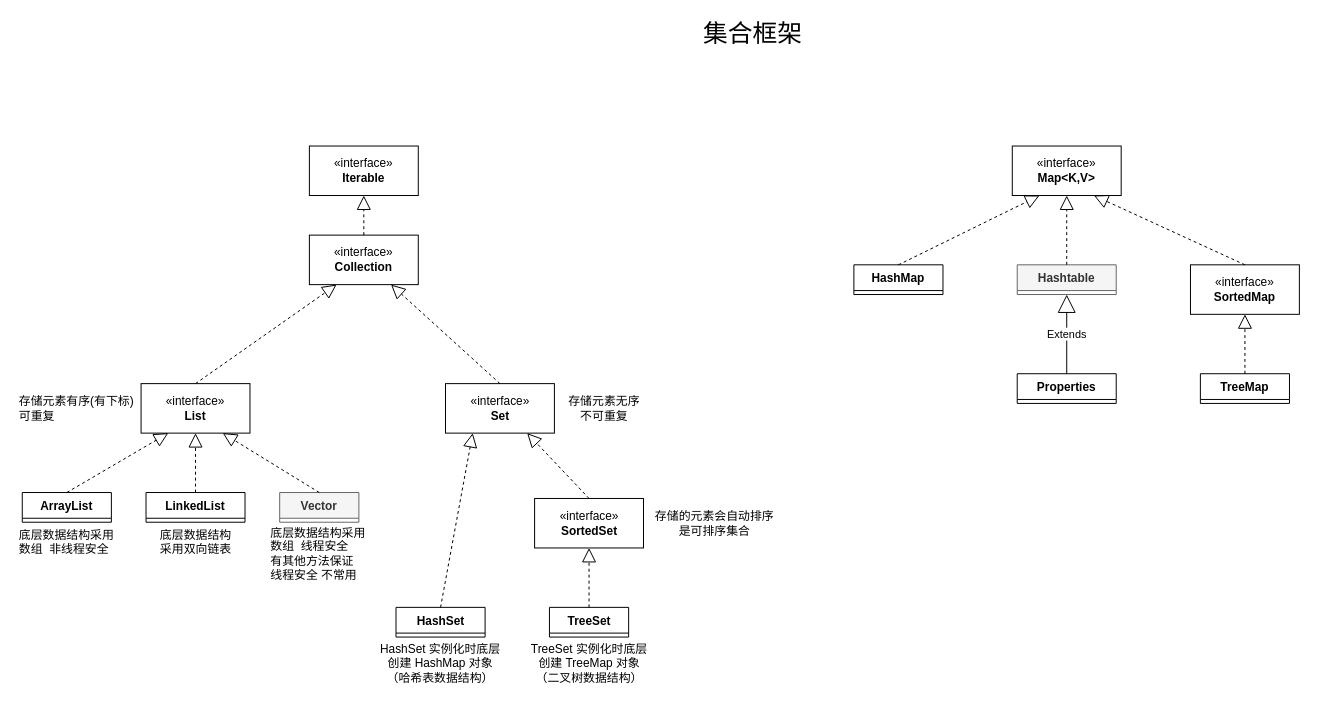
Earlier version of the draw.io diagram 未命名绘图.drawio (Bluuur/draw.io). Source tidied: cells renumbered, new cells numbered last; positions are measured from the earlier drawing's top-left corner, leaving out a move shared by most shapes. Both pictures are drawn from the tidied source at 99%, with x=0, y=0 at pixel (17, 17).
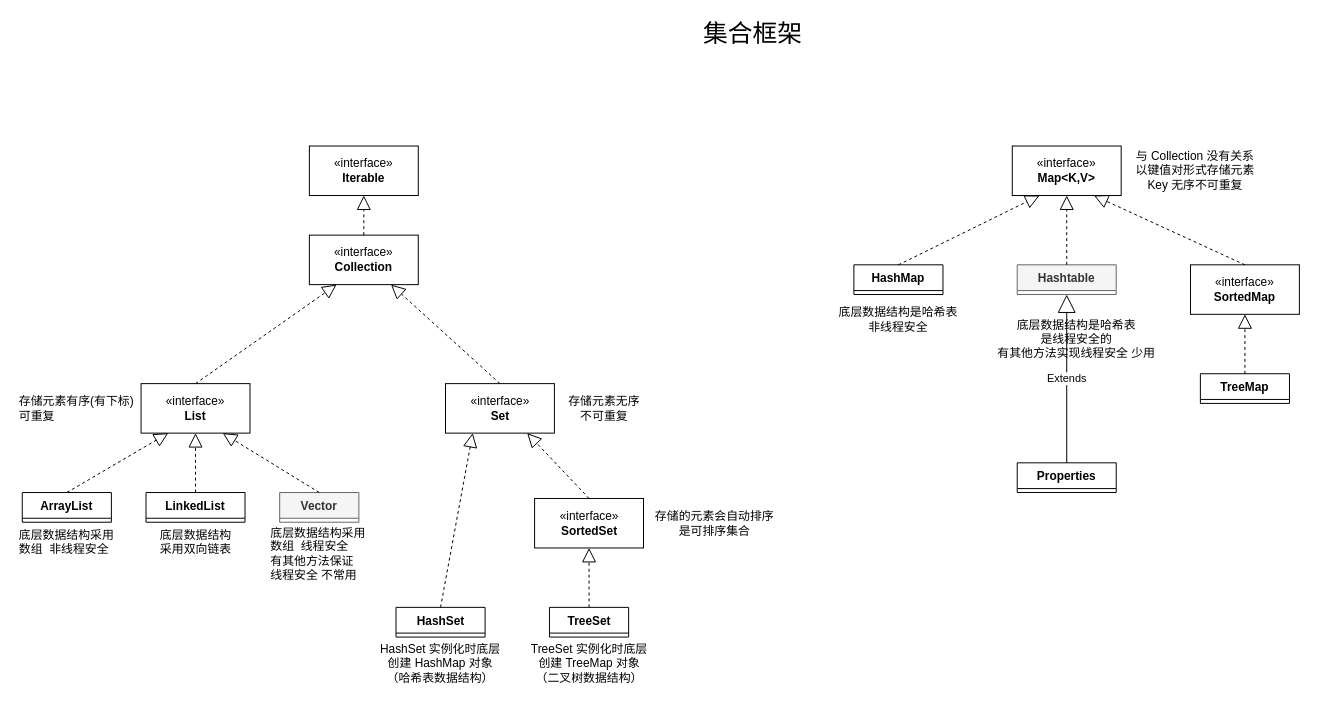
The same diagram, later.

What changed in the source:
```diff
@@
-    <mxCell id="26" value="Hashtable" style="swimlane;fontStyle=1;align=center;verticalAlign=top;horizontal=1;startSize=26;whiteSpace=wrap;html=1;fillColor=#f5f5f5;fontColor=#333333;strokeColor=#666666;" parent="1" vertex="1" collapsed="1">
+    <mxCell id="26" value="Hashtable" style="swimlane;fontStyle=1;align=center;verticalAlign=top;horizontal=1;startSize=26;whiteSpace=wrap;html=1;fillColor=#f5f5f5;strokeColor=#666666;fontColor=#333333;" parent="1" vertex="1" collapsed="1">
       <mxGeometry x="1010" y="250" width="100" height="30" as="geometry" />
     </mxCell>
@@
     <mxCell id="28" value="Properties" style="swimlane;fontStyle=1;align=center;verticalAlign=top;horizontal=1;startSize=26;whiteSpace=wrap;html=1;" parent="1" vertex="1" collapsed="1">
-      <mxGeometry x="1010" y="360" width="100" height="30" as="geometry" />
+      <mxGeometry x="1010" y="450" width="100" height="30" as="geometry" />
     </mxCell>
@@
+    <mxCell id="41" value="与 Collection 没有关系&lt;br&gt;以键值对形式存储元素&lt;br&gt;Key 无序不可重复" style="text;html=1;strokeColor=none;fillColor=none;align=center;verticalAlign=middle;whiteSpace=wrap;rounded=0;" parent="1" vertex="1">
+      <mxGeometry x="1115" y="135" width="150" height="40" as="geometry" />
+    </mxCell>
+    <mxCell id="42" value="底层数据结构是哈希表&lt;br&gt;非线程安全" style="text;html=1;strokeColor=none;fillColor=none;align=center;verticalAlign=middle;whiteSpace=wrap;rounded=0;" parent="1" vertex="1">
+      <mxGeometry x="825" y="290" width="130" height="30" as="geometry" />
+    </mxCell>
+    <mxCell id="43" value="底层数据结构是哈希表&lt;br&gt;是线程安全的&lt;br&gt;有其他方法实现线程安全 少用" style="text;html=1;strokeColor=none;fillColor=none;align=center;verticalAlign=middle;whiteSpace=wrap;rounded=0;" parent="1" vertex="1">
+      <mxGeometry x="985" y="310" width="170" height="30" as="geometry" />
+    </mxCell>
```
